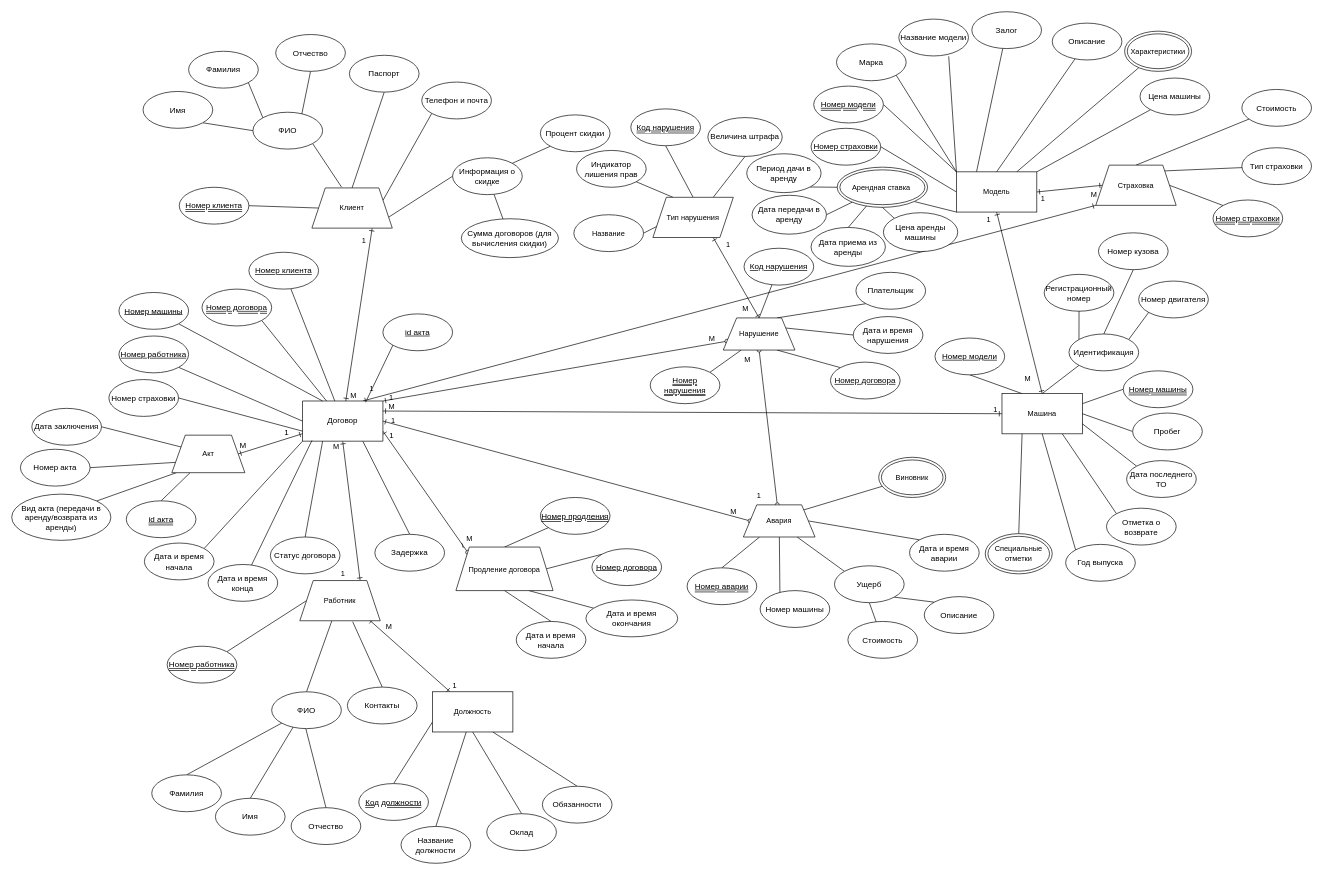
marinagovorova/DATABASES_ICT_2-3s_2022-2023_2023-2024 keeps this draw.io diagram as students/k3139/Edigareva_Daria/LR_2/er.drawio. Above is the earlier version. Source tidied: cells renumbered, new cells numbered last; positions are measured from the earlier drawing's top-left corner, leaving out a move shared by most shapes. Both pictures are drawn from the tidied source at 67%, with x=0, y=0 at pixel (11, 11).
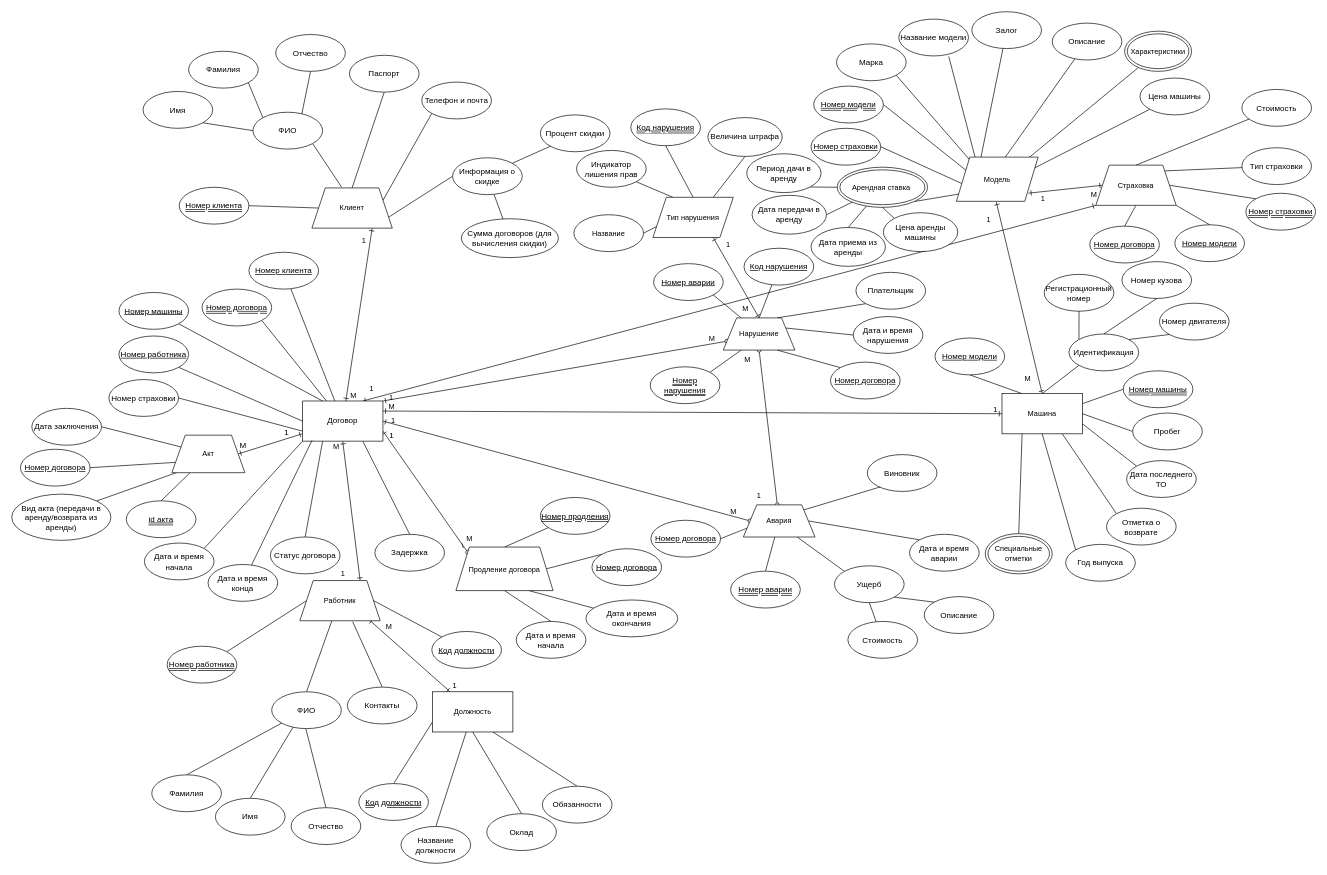
The same diagram, later.

Unchanged cells that the change refers to:
```xml
<mxCell id="97" value="Машина" style="rounded=0;whiteSpace=wrap;html=1;fontFamily=Helvetica;fontSize=11;fontColor=default;" parent="1" vertex="1">
  <mxGeometry x="1478" y="570" width="120" height="60" as="geometry" />
</mxCell>
<mxCell id="141" value="Арендная ставка&amp;nbsp;" style="ellipse;shape=doubleEllipse;whiteSpace=wrap;html=1;fontFamily=Helvetica;fontSize=11;fontColor=default;" parent="1" vertex="1">
  <mxGeometry x="1232" y="232" width="135" height="60" as="geometry" />
</mxCell>
<mxCell id="142" value="Характеристики" style="ellipse;shape=doubleEllipse;whiteSpace=wrap;html=1;fontFamily=Helvetica;fontSize=11;fontColor=default;" parent="1" vertex="1">
  <mxGeometry x="1661" y="29" width="100" height="60" as="geometry" />
</mxCell>
<mxCell id="143" value="Залог" style="ellipse;whiteSpace=wrap;html=1;" parent="1" vertex="1">
  <mxGeometry x="1433" width="104" height="55" as="geometry" />
</mxCell>
<mxCell id="144" value="Марка" style="ellipse;whiteSpace=wrap;html=1;" parent="1" vertex="1">
  <mxGeometry x="1231" y="48" width="104" height="55" as="geometry" />
</mxCell>
<mxCell id="145" value="Описание" style="ellipse;whiteSpace=wrap;html=1;" parent="1" vertex="1">
  <mxGeometry x="1553" y="17" width="104" height="55" as="geometry" />
</mxCell>
<mxCell id="146" value="Цена машины" style="ellipse;whiteSpace=wrap;html=1;" parent="1" vertex="1">
  <mxGeometry x="1684" y="99" width="104" height="55" as="geometry" />
</mxCell>
<mxCell id="148" value="&lt;p style=&quot;text-decoration: underline double;&quot;&gt;Номер модели&lt;/p&gt;" style="ellipse;whiteSpace=wrap;html=1;" parent="1" vertex="1">
  <mxGeometry x="1197" y="111" width="104" height="55" as="geometry" />
</mxCell>
<mxCell id="149" value="&lt;u&gt;Номер страховки&lt;/u&gt;" style="ellipse;whiteSpace=wrap;html=1;" parent="1" vertex="1">
  <mxGeometry x="1193" y="174" width="104" height="55" as="geometry" />
</mxCell>
<mxCell id="153" value="Страховка" style="shape=trapezoid;perimeter=trapezoidPerimeter;whiteSpace=wrap;html=1;fixedSize=1;fontFamily=Helvetica;fontSize=11;fontColor=default;" parent="1" vertex="1">
  <mxGeometry x="1618" y="229" width="120" height="60" as="geometry" />
</mxCell>
<mxCell id="158" value="M" style="text;html=1;align=center;verticalAlign=middle;points=[];strokeColor=none;fillColor=none;fontSize=11;fontFamily=Helvetica;fontColor=default;" parent="1" vertex="1">
  <mxGeometry x="496" y="560" width="27" height="25" as="geometry" />
</mxCell>
<mxCell id="190" value="Авария" style="shape=trapezoid;perimeter=trapezoidPerimeter;whiteSpace=wrap;html=1;fixedSize=1;fontFamily=Helvetica;fontSize=11;fontColor=default;" parent="1" vertex="1">
  <mxGeometry x="1092" y="736" width="107" height="48" as="geometry" />
</mxCell>
<mxCell id="192" value="Нарушение" style="shape=trapezoid;perimeter=trapezoidPerimeter;whiteSpace=wrap;html=1;fixedSize=1;fontFamily=Helvetica;fontSize=11;fontColor=default;" parent="1" vertex="1">
  <mxGeometry x="1062" y="457" width="107" height="48" as="geometry" />
</mxCell>
<mxCell id="195" value="Работник" style="shape=trapezoid;perimeter=trapezoidPerimeter;whiteSpace=wrap;html=1;fixedSize=1;fontFamily=Helvetica;fontSize=11;fontColor=default;" parent="1" vertex="1">
  <mxGeometry x="430" y="849" width="120" height="60" as="geometry" />
</mxCell>
```

The edit, as a diff of the source:
```diff
@@
-    <mxCell id="21" value="&amp;nbsp;Номер акта&amp;nbsp;" style="ellipse;whiteSpace=wrap;html=1;" parent="1" vertex="1">
+    <mxCell id="21" value="&lt;u&gt;Номер договора&lt;/u&gt;" style="ellipse;whiteSpace=wrap;html=1;" parent="1" vertex="1">
       <mxGeometry x="13" y="653" width="104" height="55" as="geometry" />
     </mxCell>
@@
-    <mxCell id="77" style="edgeStyle=none;shape=connector;rounded=0;jettySize=auto;html=1;entryX=0.284;entryY=0.078;entryDx=0;entryDy=0;entryPerimeter=0;labelBackgroundColor=default;strokeColor=default;fontFamily=Helvetica;fontSize=11;fontColor=default;endArrow=none;endFill=0;elbow=vertical;" parent="1" edge="1" source="190" target="87">
-      <mxGeometry relative="1" as="geometry" />
-    </mxCell>
@@
-    <mxCell id="80" style="edgeStyle=none;shape=connector;rounded=0;jettySize=auto;html=1;exitX=1;exitY=0;exitDx=0;exitDy=0;labelBackgroundColor=default;strokeColor=default;fontFamily=Helvetica;fontSize=11;fontColor=default;endArrow=none;endFill=0;elbow=vertical;" parent="1" edge="1" source="190" target="140">
-      <mxGeometry relative="1" as="geometry" />
+    <mxCell id="80" style="edgeStyle=none;shape=connector;rounded=0;jettySize=auto;html=1;exitX=1;exitY=0;exitDx=0;exitDy=0;labelBackgroundColor=default;strokeColor=default;fontFamily=Helvetica;fontSize=11;fontColor=default;endArrow=none;endFill=0;elbow=vertical;" parent="1" edge="1" source="190">
+      <mxGeometry relative="1" as="geometry">
+        <mxPoint x="1299.3" y="708.4" as="targetPoint" />
+      </mxGeometry>
     </mxCell>
@@
-    <mxCell id="87" value="Номер машины" style="ellipse;whiteSpace=wrap;html=1;" parent="1" vertex="1">
-      <mxGeometry x="1117" y="864" width="104" height="55" as="geometry" />
-    </mxCell>
@@
     <mxCell id="92" value="&lt;p style=&quot;text-decoration: underline double;&quot;&gt;Номер аварии&lt;/p&gt;" style="ellipse;whiteSpace=wrap;html=1;" parent="1" vertex="1">
-      <mxGeometry x="1008" y="830" width="104" height="55" as="geometry" />
+      <mxGeometry x="1073" y="835" width="104" height="55" as="geometry" />
     </mxCell>
@@
-    <mxCell id="96" style="edgeStyle=none;shape=connector;rounded=0;jettySize=auto;html=1;exitX=0.5;exitY=0;exitDx=0;exitDy=0;entryX=0.5;entryY=1;entryDx=0;entryDy=0;labelBackgroundColor=default;strokeColor=default;fontFamily=Helvetica;fontSize=11;fontColor=default;endArrow=ERone;endFill=0;elbow=vertical;startArrow=ERone;startFill=0;" parent="1" edge="1" source="97" target="139">
-      <mxGeometry relative="1" as="geometry" />
+    <mxCell id="96" style="edgeStyle=none;shape=connector;rounded=0;jettySize=auto;html=1;exitX=0.5;exitY=0;exitDx=0;exitDy=0;entryX=0.5;entryY=1;entryDx=0;entryDy=0;labelBackgroundColor=default;strokeColor=default;fontFamily=Helvetica;fontSize=11;fontColor=default;endArrow=ERone;endFill=0;elbow=vertical;startArrow=ERone;startFill=0;" parent="1" edge="1" source="97">
+      <mxGeometry relative="1" as="geometry">
+        <mxPoint x="1469.5" y="284" as="targetPoint" />
+      </mxGeometry>
     </mxCell>
@@
     <mxCell id="112" value="Номер двигателя" style="ellipse;whiteSpace=wrap;html=1;perimeterSpacing=0;shadow=0;" parent="1" vertex="1">
-      <mxGeometry x="1682" y="402" width="104" height="55" as="geometry" />
+      <mxGeometry x="1713" y="435" width="104" height="55" as="geometry" />
     </mxCell>
     <mxCell id="113" value="Номер кузова" style="ellipse;whiteSpace=wrap;html=1;perimeterSpacing=0;shadow=0;" parent="1" vertex="1">
-      <mxGeometry x="1622" y="330" width="104" height="55" as="geometry" />
+      <mxGeometry x="1657" y="373" width="104" height="55" as="geometry" />
     </mxCell>
@@
-    <mxCell id="129" style="edgeStyle=none;shape=connector;rounded=0;jettySize=auto;html=1;exitX=1;exitY=0.5;exitDx=0;exitDy=0;entryX=0;entryY=0.5;entryDx=0;entryDy=0;labelBackgroundColor=default;strokeColor=default;fontFamily=Helvetica;fontSize=11;fontColor=default;endArrow=ERone;endFill=0;elbow=vertical;startArrow=ERone;startFill=0;" parent="1" edge="1" source="139" target="153">
-      <mxGeometry relative="1" as="geometry" />
+    <mxCell id="129" style="edgeStyle=none;shape=connector;rounded=0;jettySize=auto;html=1;exitX=1;exitY=0.75;exitDx=0;exitDy=0;entryX=0;entryY=0.5;entryDx=0;entryDy=0;labelBackgroundColor=default;strokeColor=default;fontFamily=Helvetica;fontSize=11;fontColor=default;endArrow=ERone;endFill=0;elbow=vertical;startArrow=ERone;startFill=0;" parent="1" edge="1" target="153">
+      <mxGeometry relative="1" as="geometry">
+        <mxPoint x="1517.5" y="270.8" as="sourcePoint" />
+      </mxGeometry>
     </mxCell>
-    <mxCell id="130" style="edgeStyle=none;shape=connector;rounded=0;jettySize=auto;html=1;exitX=1;exitY=0;exitDx=0;exitDy=0;labelBackgroundColor=default;strokeColor=default;fontFamily=Helvetica;fontSize=11;fontColor=default;endArrow=none;endFill=0;elbow=vertical;" parent="1" edge="1" source="139" target="146">
-      <mxGeometry relative="1" as="geometry" />
+    <mxCell id="130" style="edgeStyle=none;shape=connector;rounded=0;jettySize=auto;html=1;exitX=1;exitY=0;exitDx=0;exitDy=0;labelBackgroundColor=default;strokeColor=default;fontFamily=Helvetica;fontSize=11;fontColor=default;endArrow=none;endFill=0;elbow=vertical;" parent="1" edge="1" target="146">
+      <mxGeometry relative="1" as="geometry">
+        <mxPoint x="1506.1" y="243.6" as="sourcePoint" />
+      </mxGeometry>
     </mxCell>
-    <mxCell id="131" style="edgeStyle=none;shape=connector;rounded=0;jettySize=auto;html=1;exitX=0.75;exitY=0;exitDx=0;exitDy=0;labelBackgroundColor=default;strokeColor=default;fontFamily=Helvetica;fontSize=11;fontColor=default;endArrow=none;endFill=0;elbow=vertical;" parent="1" edge="1" source="139" target="142">
-      <mxGeometry relative="1" as="geometry" />
+    <mxCell id="131" style="edgeStyle=none;shape=connector;rounded=0;jettySize=auto;html=1;exitX=0.75;exitY=0;exitDx=0;exitDy=0;labelBackgroundColor=default;strokeColor=default;fontFamily=Helvetica;fontSize=11;fontColor=default;endArrow=none;endFill=0;elbow=vertical;" parent="1" edge="1" target="142">
+      <mxGeometry relative="1" as="geometry">
+        <mxPoint x="1496.2" y="236" as="sourcePoint" />
+      </mxGeometry>
     </mxCell>
-    <mxCell id="132" style="edgeStyle=none;shape=connector;rounded=0;jettySize=auto;html=1;exitX=0.5;exitY=0;exitDx=0;exitDy=0;labelBackgroundColor=default;strokeColor=default;fontFamily=Helvetica;fontSize=11;fontColor=default;endArrow=none;endFill=0;elbow=vertical;" parent="1" edge="1" source="139" target="145">
-      <mxGeometry relative="1" as="geometry" />
+    <mxCell id="132" style="edgeStyle=none;shape=connector;rounded=0;jettySize=auto;html=1;exitX=0.5;exitY=0;exitDx=0;exitDy=0;labelBackgroundColor=default;strokeColor=default;fontFamily=Helvetica;fontSize=11;fontColor=default;endArrow=none;endFill=0;elbow=vertical;" parent="1" edge="1" target="145">
+      <mxGeometry relative="1" as="geometry">
+        <mxPoint x="1469.5" y="236" as="sourcePoint" />
+      </mxGeometry>
     </mxCell>
-    <mxCell id="133" style="edgeStyle=none;shape=connector;rounded=0;jettySize=auto;html=1;exitX=0.25;exitY=0;exitDx=0;exitDy=0;labelBackgroundColor=default;strokeColor=default;fontFamily=Helvetica;fontSize=11;fontColor=default;endArrow=none;endFill=0;elbow=vertical;" parent="1" edge="1" source="139" target="143">
-      <mxGeometry relative="1" as="geometry" />
+    <mxCell id="133" style="edgeStyle=none;shape=connector;rounded=0;jettySize=auto;html=1;exitX=0.25;exitY=0;exitDx=0;exitDy=0;labelBackgroundColor=default;strokeColor=default;fontFamily=Helvetica;fontSize=11;fontColor=default;endArrow=none;endFill=0;elbow=vertical;" parent="1" edge="1" target="143">
+      <mxGeometry relative="1" as="geometry">
+        <mxPoint x="1442.8" y="236" as="sourcePoint" />
+      </mxGeometry>
     </mxCell>
-    <mxCell id="134" style="edgeStyle=none;shape=connector;rounded=0;jettySize=auto;html=1;exitX=0;exitY=0;exitDx=0;exitDy=0;labelBackgroundColor=default;strokeColor=default;fontFamily=Helvetica;fontSize=11;fontColor=default;endArrow=none;endFill=0;elbow=vertical;" parent="1" edge="1" source="139">
+    <mxCell id="134" style="edgeStyle=none;shape=connector;rounded=0;orthogonalLoop=1;jettySize=auto;html=1;exitX=0.25;exitY=0;exitDx=0;exitDy=0;labelBackgroundColor=default;strokeColor=default;fontFamily=Helvetica;fontSize=11;fontColor=default;endArrow=none;endFill=0;elbow=vertical;" parent="1" edge="1">
       <mxGeometry relative="1" as="geometry">
+        <mxPoint x="1442.8" y="236" as="sourcePoint" />
         <mxPoint x="1398.5" y="66.6" as="targetPoint" />
       </mxGeometry>
     </mxCell>
-    <mxCell id="135" style="edgeStyle=none;shape=connector;rounded=0;jettySize=auto;html=1;exitX=0;exitY=1;exitDx=0;exitDy=0;entryX=1;entryY=1;entryDx=0;entryDy=0;labelBackgroundColor=default;strokeColor=default;fontFamily=Helvetica;fontSize=11;fontColor=default;endArrow=none;endFill=0;elbow=vertical;" parent="1" edge="1" source="139" target="141">
-      <mxGeometry relative="1" as="geometry" />
+    <mxCell id="135" style="edgeStyle=none;shape=connector;rounded=0;jettySize=auto;html=1;exitX=0;exitY=0.75;exitDx=0;exitDy=0;entryX=1;entryY=1;entryDx=0;entryDy=0;labelBackgroundColor=default;strokeColor=default;fontFamily=Helvetica;fontSize=11;fontColor=default;endArrow=none;endFill=0;elbow=vertical;" parent="1" edge="1" target="141">
+      <mxGeometry relative="1" as="geometry">
+        <mxPoint x="1421.5" y="270.8" as="sourcePoint" />
+      </mxGeometry>
     </mxCell>
-    <mxCell id="136" style="edgeStyle=none;shape=connector;rounded=0;jettySize=auto;html=1;exitX=0;exitY=0.5;exitDx=0;exitDy=0;entryX=1;entryY=0.5;entryDx=0;entryDy=0;labelBackgroundColor=default;strokeColor=default;fontFamily=Helvetica;fontSize=11;fontColor=default;endArrow=none;endFill=0;elbow=vertical;" parent="1" edge="1" source="139" target="149">
-      <mxGeometry relative="1" as="geometry" />
+    <mxCell id="136" style="edgeStyle=none;shape=connector;rounded=0;jettySize=auto;html=1;exitX=0;exitY=0.5;exitDx=0;exitDy=0;entryX=1;entryY=0.5;entryDx=0;entryDy=0;labelBackgroundColor=default;strokeColor=default;fontFamily=Helvetica;fontSize=11;fontColor=default;endArrow=none;endFill=0;elbow=vertical;" parent="1" edge="1" target="149">
+      <mxGeometry relative="1" as="geometry">
+        <mxPoint x="1426" y="260" as="sourcePoint" />
+      </mxGeometry>
     </mxCell>
-    <mxCell id="137" style="edgeStyle=none;shape=connector;rounded=0;jettySize=auto;html=1;exitX=0;exitY=0;exitDx=0;exitDy=0;entryX=1;entryY=0.5;entryDx=0;entryDy=0;labelBackgroundColor=default;strokeColor=default;fontFamily=Helvetica;fontSize=11;fontColor=default;endArrow=none;endFill=0;elbow=vertical;" parent="1" edge="1" source="139" target="148">
-      <mxGeometry relative="1" as="geometry" />
+    <mxCell id="137" style="edgeStyle=none;shape=connector;rounded=0;jettySize=auto;html=1;exitX=0;exitY=0;exitDx=0;exitDy=0;entryX=1;entryY=0.5;entryDx=0;entryDy=0;labelBackgroundColor=default;strokeColor=default;fontFamily=Helvetica;fontSize=11;fontColor=default;endArrow=none;endFill=0;elbow=vertical;" parent="1" edge="1" target="148">
+      <mxGeometry relative="1" as="geometry">
+        <mxPoint x="1432.9" y="243.6" as="sourcePoint" />
+      </mxGeometry>
     </mxCell>
-    <mxCell id="138" style="edgeStyle=none;shape=connector;rounded=0;jettySize=auto;html=1;exitX=0;exitY=0;exitDx=0;exitDy=0;entryX=1;entryY=1;entryDx=0;entryDy=0;labelBackgroundColor=default;strokeColor=default;fontFamily=Helvetica;fontSize=11;fontColor=default;endArrow=none;endFill=0;elbow=vertical;" parent="1" edge="1" source="139" target="144">
-      <mxGeometry relative="1" as="geometry" />
+    <mxCell id="138" style="edgeStyle=none;shape=connector;rounded=0;jettySize=auto;html=1;exitX=0.25;exitY=0;exitDx=0;exitDy=0;entryX=1;entryY=1;entryDx=0;entryDy=0;labelBackgroundColor=default;strokeColor=default;fontFamily=Helvetica;fontSize=11;fontColor=default;endArrow=none;endFill=0;elbow=vertical;" parent="1" edge="1" target="144">
+      <mxGeometry relative="1" as="geometry">
+        <mxPoint x="1442.8" y="236" as="sourcePoint" />
+      </mxGeometry>
     </mxCell>
-    <mxCell id="139" value="Модель" style="rounded=0;whiteSpace=wrap;html=1;fontFamily=Helvetica;fontSize=11;fontColor=default;" parent="1" vertex="1">
-      <mxGeometry x="1410" y="239" width="120" height="60" as="geometry" />
-    </mxCell>
-    <mxCell id="140" value="Виновник" style="ellipse;shape=doubleEllipse;whiteSpace=wrap;html=1;fontFamily=Helvetica;fontSize=11;fontColor=default;" parent="1" vertex="1">
-      <mxGeometry x="1294" y="665" width="100" height="60" as="geometry" />
-    </mxCell>
@@
     <mxCell id="154" value="&lt;p style=&quot;text-decoration: underline double;&quot;&gt;Номер страховки&lt;/p&gt;" style="ellipse;whiteSpace=wrap;html=1;" parent="1" vertex="1">
-      <mxGeometry x="1793" y="281" width="104" height="55" as="geometry" />
+      <mxGeometry x="1842" y="271" width="104" height="55" as="geometry" />
     </mxCell>
@@
-    <mxCell id="212" style="edgeStyle=none;shape=connector;rounded=0;jettySize=auto;html=1;exitX=0;exitY=1;exitDx=0;exitDy=0;entryX=1.193;entryY=0.916;entryDx=0;entryDy=0;entryPerimeter=0;labelBackgroundColor=default;strokeColor=default;fontFamily=Helvetica;fontSize=11;fontColor=default;endArrow=none;endFill=0;" parent="1" edge="1" source="213" target="158">
-      <mxGeometry relative="1" as="geometry" />
-    </mxCell>
-    <mxCell id="213" value="&lt;u&gt;id акта&lt;/u&gt;" style="ellipse;whiteSpace=wrap;html=1;" parent="1" vertex="1">
-      <mxGeometry x="554" y="451" width="104" height="55" as="geometry" />
-    </mxCell>
+    <mxCell id="140" value="Виновник" style="ellipse;whiteSpace=wrap;html=1;" parent="1" vertex="1">
+      <mxGeometry x="1277" y="661" width="104" height="55" as="geometry" />
+    </mxCell>
+    <mxCell id="139" value="Модель" style="shape=parallelogram;perimeter=parallelogramPerimeter;whiteSpace=wrap;html=1;fixedSize=1;fontFamily=Helvetica;fontSize=11;fontColor=default;" parent="1" vertex="1">
+      <mxGeometry x="1410" y="217" width="122" height="66" as="geometry" />
+    </mxCell>
+    <mxCell id="214" value="&lt;u&gt;Код должности&lt;/u&gt;" style="ellipse;whiteSpace=wrap;html=1;" parent="1" vertex="1">
+      <mxGeometry x="627" y="925" width="104" height="55" as="geometry" />
+    </mxCell>
+    <mxCell id="215" style="edgeStyle=none;shape=connector;rounded=0;jettySize=auto;html=1;exitX=0;exitY=0;exitDx=0;exitDy=0;entryX=1;entryY=0.5;entryDx=0;entryDy=0;labelBackgroundColor=default;strokeColor=default;fontFamily=Helvetica;fontSize=11;fontColor=default;endArrow=none;endFill=0;elbow=vertical;startSize=8;endSize=8;curved=1;" parent="1" edge="1" source="214" target="195">
+      <mxGeometry relative="1" as="geometry" />
+    </mxCell>
+    <mxCell id="216" value="&lt;u&gt;Номер договора&lt;/u&gt;" style="ellipse;whiteSpace=wrap;html=1;" parent="1" vertex="1">
+      <mxGeometry x="954" y="759" width="104" height="55" as="geometry" />
+    </mxCell>
+    <mxCell id="217" style="edgeStyle=none;shape=connector;rounded=0;jettySize=auto;html=1;exitX=0;exitY=0.75;exitDx=0;exitDy=0;entryX=1;entryY=0.5;entryDx=0;entryDy=0;labelBackgroundColor=default;strokeColor=default;fontFamily=Helvetica;fontSize=11;fontColor=default;endArrow=none;endFill=0;elbow=vertical;startSize=8;endSize=8;curved=1;" parent="1" edge="1" source="190" target="216">
+      <mxGeometry relative="1" as="geometry" />
+    </mxCell>
+    <mxCell id="218" value="&lt;u&gt;Номер аварии&lt;/u&gt;" style="ellipse;whiteSpace=wrap;html=1;" parent="1" vertex="1">
+      <mxGeometry x="958" y="376" width="104" height="55" as="geometry" />
+    </mxCell>
+    <mxCell id="219" style="edgeStyle=none;shape=connector;rounded=0;jettySize=auto;html=1;exitX=0.25;exitY=0;exitDx=0;exitDy=0;entryX=1;entryY=1;entryDx=0;entryDy=0;labelBackgroundColor=default;strokeColor=default;fontFamily=Helvetica;fontSize=11;fontColor=default;endArrow=none;endFill=0;elbow=vertical;startSize=8;endSize=8;curved=1;" parent="1" edge="1" source="192" target="218">
+      <mxGeometry relative="1" as="geometry" />
+    </mxCell>
+    <mxCell id="220" value="&lt;u&gt;Номер модели&lt;/u&gt;" style="ellipse;whiteSpace=wrap;html=1;perimeterSpacing=0;shadow=0;" parent="1" vertex="1">
+      <mxGeometry x="1736" y="318" width="104" height="55" as="geometry" />
+    </mxCell>
+    <mxCell id="221" style="edgeStyle=none;shape=connector;rounded=0;jettySize=auto;html=1;exitX=1;exitY=1;exitDx=0;exitDy=0;entryX=0.5;entryY=0;entryDx=0;entryDy=0;labelBackgroundColor=default;strokeColor=default;fontFamily=Helvetica;fontSize=11;fontColor=default;endArrow=none;endFill=0;elbow=vertical;startSize=8;endSize=8;curved=1;" parent="1" edge="1" source="153" target="220">
+      <mxGeometry relative="1" as="geometry" />
+    </mxCell>
+    <mxCell id="222" value="&lt;u&gt;Номер договора&lt;/u&gt;" style="ellipse;whiteSpace=wrap;html=1;perimeterSpacing=0;shadow=0;" parent="1" vertex="1">
+      <mxGeometry x="1609" y="320" width="104" height="55" as="geometry" />
+    </mxCell>
+    <mxCell id="223" style="edgeStyle=none;shape=connector;rounded=0;jettySize=auto;html=1;exitX=0.5;exitY=1;exitDx=0;exitDy=0;entryX=0.5;entryY=0;entryDx=0;entryDy=0;labelBackgroundColor=default;strokeColor=default;fontFamily=Helvetica;fontSize=11;fontColor=default;endArrow=none;endFill=0;elbow=vertical;startSize=8;endSize=8;curved=1;" parent="1" edge="1" source="153" target="222">
+      <mxGeometry relative="1" as="geometry" />
+    </mxCell>
```
